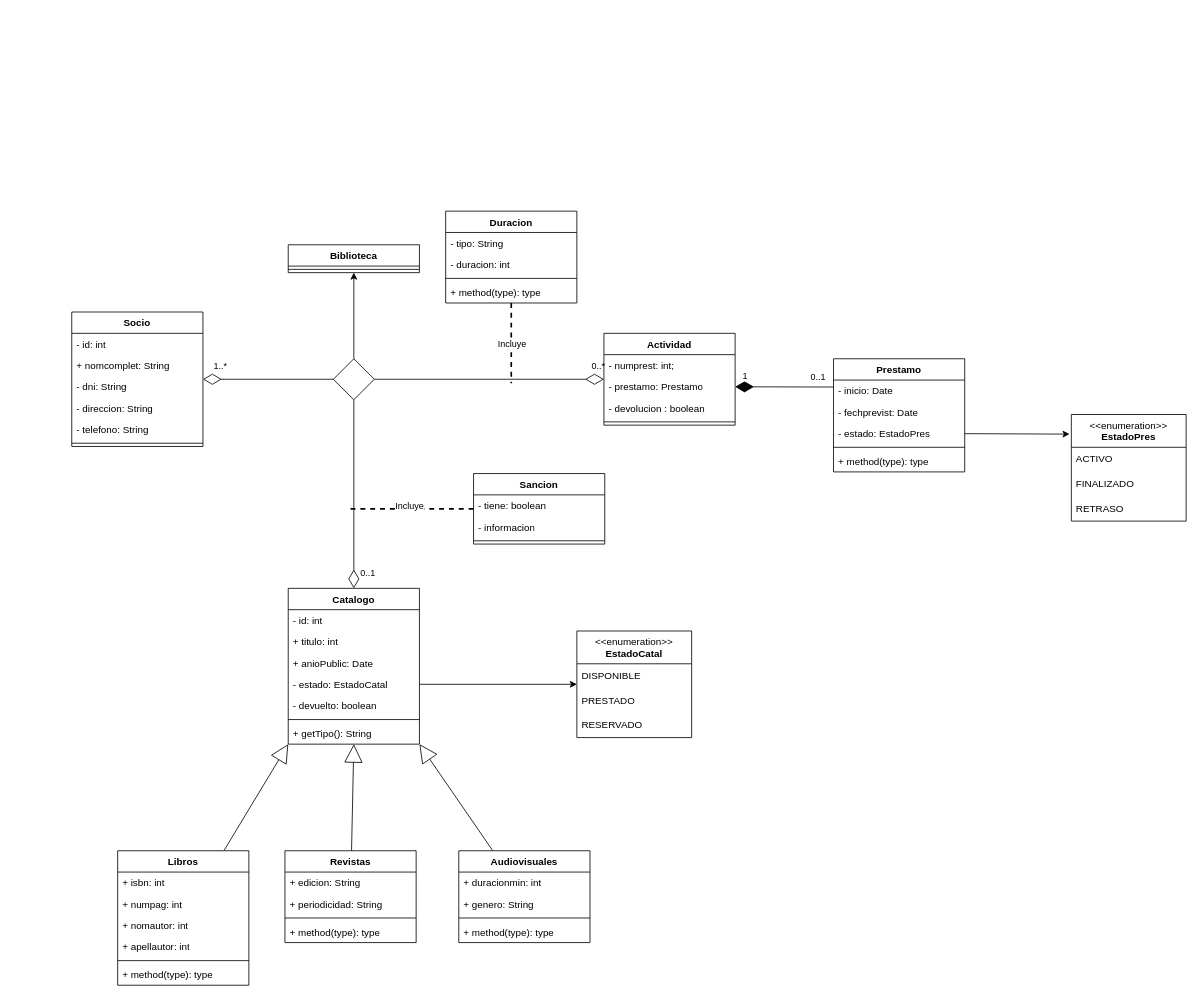
Earlier version of the draw.io diagram Diagrama.drawio (JavierMartinGarcia/ExamenUD5-DiagramaClases). Source tidied: cells renumbered, new cells numbered last; positions are measured from the earlier drawing's top-left corner, leaving out a move shared by most shapes. Both pictures are drawn from the tidied source at 82%, with x=0, y=0 at pixel (71, 211).
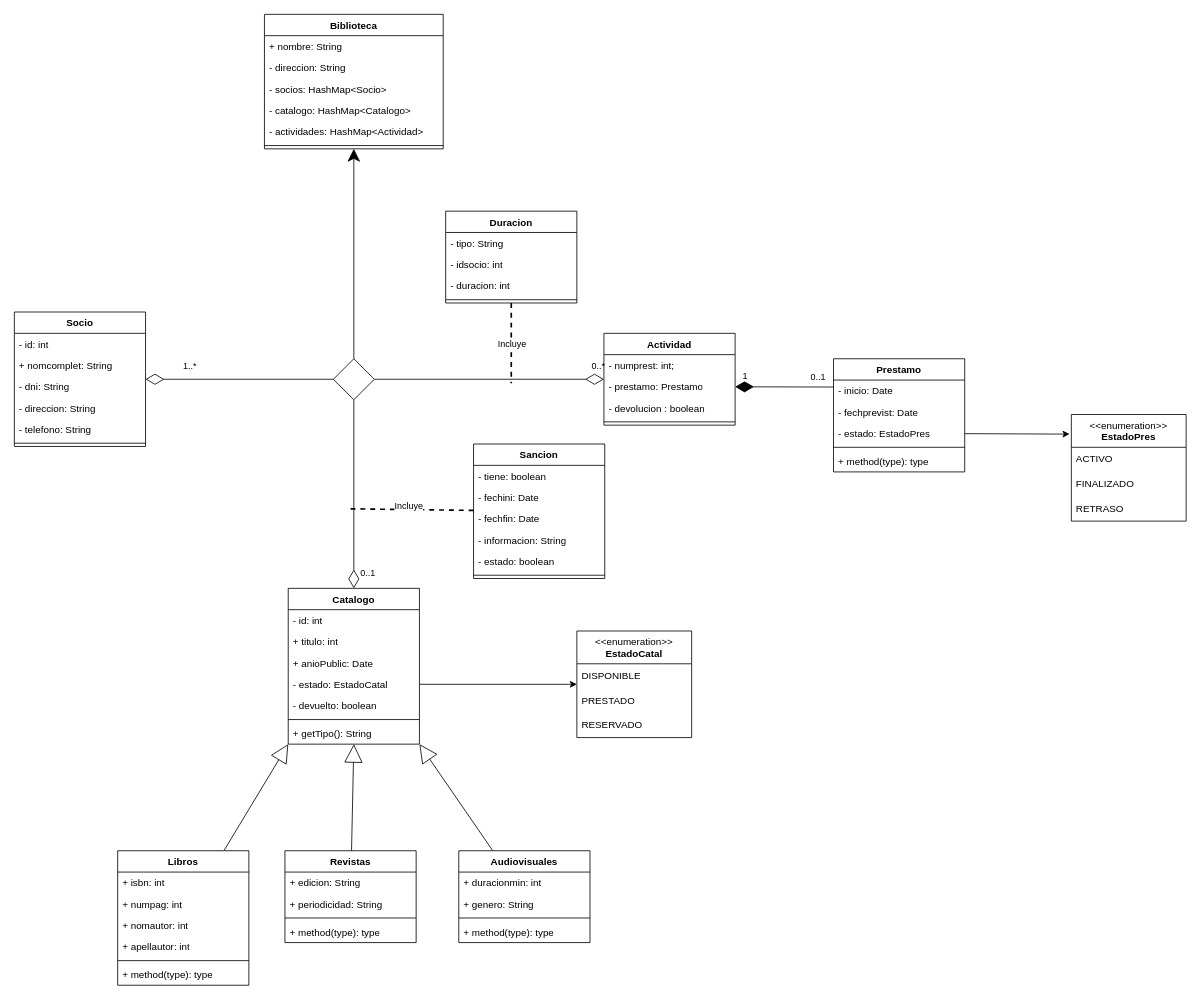
Above is the later version.

Unchanged cells that the change refers to:
```xml
<mxCell id="56" style="rhombus;" parent="1" vertex="1">
  <mxGeometry x="319" y="180" width="50" height="50" as="geometry" />
</mxCell>
<mxCell id="79" value="Duracion" style="swimlane;fontStyle=1;align=center;verticalAlign=top;horizontal=1;startSize=26;whiteSpace=wrap;html=1;" parent="1" vertex="1">
  <mxGeometry x="456" width="160" height="112" as="geometry" />
</mxCell>
```

The edit, as a diff of the source:
```diff
@@
-    <mxCell id="2" style="rounded=0;jettySize=auto;html=1;entryX=0.5;entryY=0;entryDx=0;entryDy=0;endArrow=none;endFill=0;startArrow=classic;startFill=1;" parent="1" edge="1" source="3" target="56">
+    <mxCell id="2" style="rounded=0;jettySize=auto;html=1;entryX=0.5;entryY=0;entryDx=0;entryDy=0;endArrow=none;endFill=0;startArrow=classic;startFill=1;startSize=13;" parent="1" edge="1" source="3" target="56">
       <mxGeometry relative="1" as="geometry" />
     </mxCell>
     <mxCell id="3" value="Biblioteca" style="swimlane;fontStyle=1;align=center;verticalAlign=top;horizontal=1;startSize=26;whiteSpace=wrap;html=1;" parent="1" vertex="1">
-      <mxGeometry x="264" y="41" width="160" height="34" as="geometry" />
+      <mxGeometry x="235" y="-240" width="218" height="164" as="geometry" />
     </mxCell>
+    <mxCell id="84" value="+ nombre: String" style="text;strokeColor=none;fillColor=none;align=left;verticalAlign=top;spacingLeft=4;spacingRight=4;overflow=hidden;whiteSpace=wrap;html=1;" parent="3" vertex="1">
+      <mxGeometry y="26" width="218" height="26" as="geometry" />
+    </mxCell>
+    <mxCell id="85" value="- direccion: String" style="text;strokeColor=none;fillColor=none;align=left;verticalAlign=top;spacingLeft=4;spacingRight=4;overflow=hidden;whiteSpace=wrap;html=1;" parent="3" vertex="1">
+      <mxGeometry y="52" width="218" height="26" as="geometry" />
+    </mxCell>
+    <mxCell id="86" value="- socios: HashMap&amp;lt;Socio&amp;gt;" style="text;strokeColor=none;fillColor=none;align=left;verticalAlign=top;spacingLeft=4;spacingRight=4;overflow=hidden;whiteSpace=wrap;html=1;" parent="3" vertex="1">
+      <mxGeometry y="78" width="218" height="26" as="geometry" />
+    </mxCell>
+    <mxCell id="87" value="- catalogo: HashMap&amp;lt;Catalogo&amp;gt;" style="text;strokeColor=none;fillColor=none;align=left;verticalAlign=top;spacingLeft=4;spacingRight=4;overflow=hidden;whiteSpace=wrap;html=1;" parent="3" vertex="1">
+      <mxGeometry y="104" width="218" height="26" as="geometry" />
+    </mxCell>
+    <mxCell id="88" value="- actividades: HashMap&amp;lt;Actividad&amp;gt;" style="text;strokeColor=none;fillColor=none;align=left;verticalAlign=top;spacingLeft=4;spacingRight=4;overflow=hidden;whiteSpace=wrap;html=1;" parent="3" vertex="1">
+      <mxGeometry y="130" width="218" height="26" as="geometry" />
+    </mxCell>
     <mxCell id="4" style="line;strokeWidth=1;fillColor=none;align=left;verticalAlign=middle;spacingTop=-1;spacingLeft=3;spacingRight=3;labelPosition=right;strokeColor=inherit;" parent="3" vertex="1">
-      <mxGeometry y="26" width="160" height="8" as="geometry" />
+      <mxGeometry y="156" width="218" height="8" as="geometry" />
     </mxCell>
@@
     <mxCell id="42" value="Socio" style="swimlane;fontStyle=1;align=center;verticalAlign=top;horizontal=1;startSize=26;whiteSpace=wrap;html=1;" parent="1" vertex="1">
-      <mxGeometry y="123" width="160" height="164" as="geometry" />
+      <mxGeometry x="-70" y="123" width="160" height="164" as="geometry" />
     </mxCell>
@@
     <mxCell id="59" value="Sancion" style="swimlane;fontStyle=1;align=center;verticalAlign=top;horizontal=1;startSize=26;whiteSpace=wrap;html=1;" parent="1" vertex="1">
-      <mxGeometry x="490" y="320" width="160" height="86" as="geometry" />
+      <mxGeometry x="490" y="284" width="160" height="164" as="geometry" />
     </mxCell>
@@
+    <mxCell id="89" value="- fechini: Date" style="text;strokeColor=none;fillColor=none;align=left;verticalAlign=top;spacingLeft=4;spacingRight=4;overflow=hidden;whiteSpace=wrap;html=1;" parent="59" vertex="1">
+      <mxGeometry y="52" width="160" height="26" as="geometry" />
+    </mxCell>
+    <mxCell id="90" value="- fechfin: Date" style="text;strokeColor=none;fillColor=none;align=left;verticalAlign=top;spacingLeft=4;spacingRight=4;overflow=hidden;whiteSpace=wrap;html=1;" parent="59" vertex="1">
+      <mxGeometry y="78" width="160" height="26" as="geometry" />
+    </mxCell>
-    <mxCell id="61" value="- informacion" style="text;strokeColor=none;fillColor=none;align=left;verticalAlign=top;spacingLeft=4;spacingRight=4;overflow=hidden;whiteSpace=wrap;html=1;" parent="59" vertex="1">
-      <mxGeometry y="52" width="160" height="26" as="geometry" />
+    <mxCell id="61" value="- informacion: String" style="text;strokeColor=none;fillColor=none;align=left;verticalAlign=top;spacingLeft=4;spacingRight=4;overflow=hidden;whiteSpace=wrap;html=1;" parent="59" vertex="1">
+      <mxGeometry y="104" width="160" height="26" as="geometry" />
     </mxCell>
+    <mxCell id="91" value="- estado: boolean" style="text;strokeColor=none;fillColor=none;align=left;verticalAlign=top;spacingLeft=4;spacingRight=4;overflow=hidden;whiteSpace=wrap;html=1;" parent="59" vertex="1">
+      <mxGeometry y="130" width="160" height="26" as="geometry" />
+    </mxCell>
     <mxCell id="62" style="line;strokeWidth=1;fillColor=none;align=left;verticalAlign=middle;spacingTop=-1;spacingLeft=3;spacingRight=3;labelPosition=right;strokeColor=inherit;" parent="59" vertex="1">
-      <mxGeometry y="78" width="160" height="8" as="geometry" />
+      <mxGeometry y="156" width="160" height="8" as="geometry" />
     </mxCell>
@@
+    <mxCell id="92" value="- idsocio: int" style="text;strokeColor=none;fillColor=none;align=left;verticalAlign=top;spacingLeft=4;spacingRight=4;overflow=hidden;whiteSpace=wrap;html=1;" parent="79" vertex="1">
+      <mxGeometry y="52" width="160" height="26" as="geometry" />
+    </mxCell>
     <mxCell id="81" value="- duracion: int" style="text;strokeColor=none;fillColor=none;align=left;verticalAlign=top;spacingLeft=4;spacingRight=4;overflow=hidden;whiteSpace=wrap;html=1;" parent="79" vertex="1">
-      <mxGeometry y="52" width="160" height="26" as="geometry" />
+      <mxGeometry y="78" width="160" height="26" as="geometry" />
     </mxCell>
     <mxCell id="82" style="line;strokeWidth=1;fillColor=none;align=left;verticalAlign=middle;spacingTop=-1;spacingLeft=3;spacingRight=3;labelPosition=right;strokeColor=inherit;" parent="79" vertex="1">
-      <mxGeometry y="78" width="160" height="8" as="geometry" />
+      <mxGeometry y="104" width="160" height="8" as="geometry" />
     </mxCell>
-    <mxCell id="83" value="+ method(type): type" style="text;strokeColor=none;fillColor=none;align=left;verticalAlign=top;spacingLeft=4;spacingRight=4;overflow=hidden;whiteSpace=wrap;html=1;" parent="79" vertex="1">
-      <mxGeometry y="86" width="160" height="26" as="geometry" />
-    </mxCell>
```
